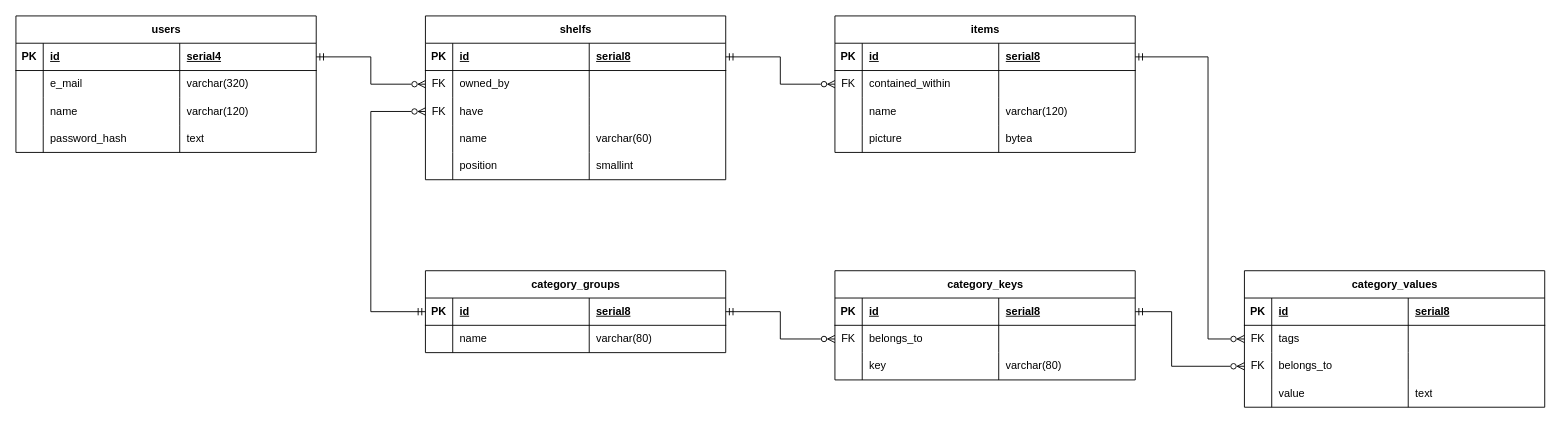
Above: docs/infra/TabularERD.drawio in Vulpes0Zerda/archive-wizard-backend (draw.io), before the change. Source tidied: cells renumbered, new cells numbered last; positions are measured from the earlier drawing's top-left corner, leaving out a move shared by most shapes. Both pictures are drawn from the tidied source at 91%, with x=0, y=0 at pixel (15, 15).
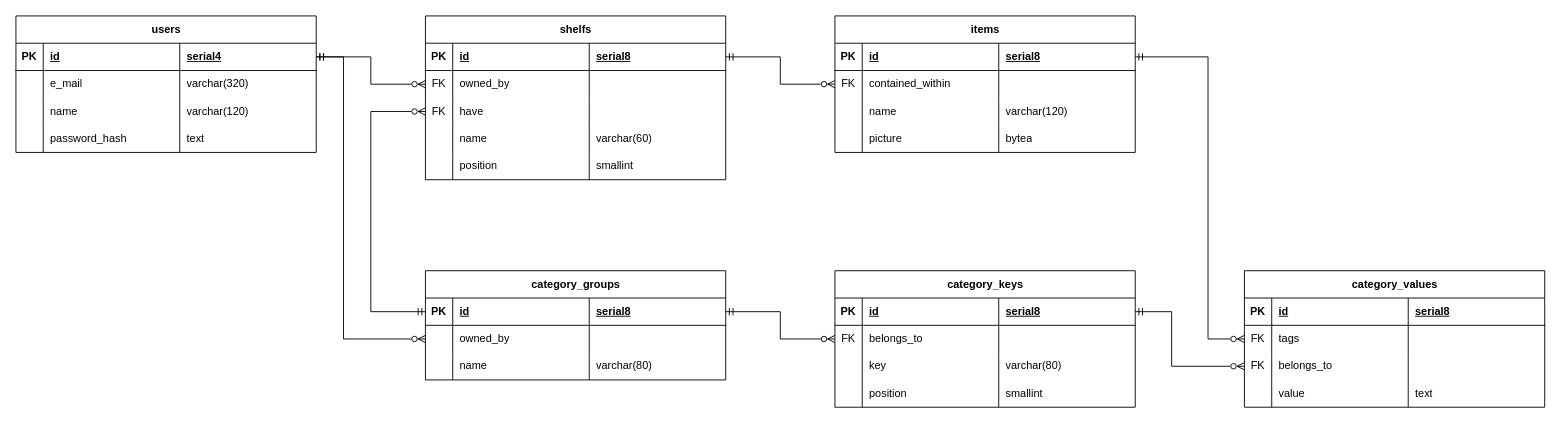
The same diagram, later.

Commit message (it also covers changes not shown here):
added relationship to ERD's between user and category groups so that a category group cannot be an orphan

Unchanged cells that the change refers to:
```xml
<mxCell id="3" style="shape=tableRow;horizontal=0;startSize=0;swimlaneHead=0;swimlaneBody=0;fillColor=none;points=[[0,0.5],[1,0.5]];portConstraint=eastwest;top=0;left=0;right=0;bottom=1;" parent="2" vertex="1">
  <mxGeometry y="30" width="330" height="30" as="geometry" />
</mxCell>
```

The edit, as a diff of the source:
```diff
@@
     <mxCell id="57" value="category_groups" style="shape=table;startSize=30;childLayout=tableLayout;rowLines=0;fontStyle=1;align=center;html=1;" parent="1" vertex="1">
-      <mxGeometry x="450" y="280" width="330" height="90" as="geometry" />
+      <mxGeometry x="450" y="280" width="330" height="120" as="geometry" />
     </mxCell>
@@
+    <mxCell id="102" style="shape=tableRow;horizontal=0;startSize=0;swimlaneHead=0;swimlaneBody=0;fillColor=none;points=[[0,0.5],[1,0.5]];portConstraint=eastwest;top=0;left=0;right=0;bottom=0;" parent="57" vertex="1">
+      <mxGeometry y="60" width="330" height="30" as="geometry" />
+    </mxCell>
+    <mxCell id="103" style="shape=partialRectangle;fillColor=none;top=0;left=0;bottom=0;right=0;overflow=hidden;whiteSpace=wrap;html=1;" parent="102" vertex="1">
+      <mxGeometry width="30" height="30" as="geometry" />
+    </mxCell>
+    <mxCell id="104" value="owned_by" style="shape=partialRectangle;fillColor=none;top=0;left=0;bottom=0;right=0;align=left;spacingLeft=6;overflow=hidden;whiteSpace=wrap;html=1;" parent="102" vertex="1">
+      <mxGeometry x="30" width="150" height="30" as="geometry" />
+    </mxCell>
+    <mxCell id="105" style="shape=partialRectangle;fillColor=none;top=0;left=0;bottom=0;right=0;align=left;spacingLeft=6;overflow=hidden;whiteSpace=wrap;html=1;" parent="102" vertex="1">
+      <mxGeometry x="180" width="150" height="30" as="geometry" />
+    </mxCell>
     <mxCell id="62" style="shape=tableRow;horizontal=0;startSize=0;swimlaneHead=0;swimlaneBody=0;fillColor=none;top=0;left=0;right=0;bottom=0;" parent="57" vertex="1">
-      <mxGeometry y="60" width="330" height="30" as="geometry" />
+      <mxGeometry y="90" width="330" height="30" as="geometry" />
     </mxCell>
@@
     <mxCell id="66" value="category_keys" style="shape=table;startSize=30;childLayout=tableLayout;rowLines=0;fontStyle=1;align=center;html=1;" parent="1" vertex="1">
-      <mxGeometry x="900" y="280" width="330" height="120" as="geometry" />
+      <mxGeometry x="900" y="280" width="330" height="150" as="geometry" />
     </mxCell>
@@
+    <mxCell id="106" style="shape=tableRow;horizontal=0;startSize=0;swimlaneHead=0;swimlaneBody=0;fillColor=none;top=0;left=0;right=0;bottom=0;" parent="66" vertex="1">
+      <mxGeometry y="120" width="330" height="30" as="geometry" />
+    </mxCell>
+    <mxCell id="107" style="shape=partialRectangle;fillColor=none;top=0;left=0;bottom=0;right=0;overflow=hidden;whiteSpace=wrap;html=1;" parent="106" vertex="1">
+      <mxGeometry width="30" height="30" as="geometry" />
+    </mxCell>
+    <mxCell id="108" value="position" style="shape=partialRectangle;fillColor=none;top=0;left=0;bottom=0;right=0;align=left;spacingLeft=6;overflow=hidden;whiteSpace=wrap;html=1;" parent="106" vertex="1">
+      <mxGeometry x="30" width="150" height="30" as="geometry" />
+    </mxCell>
+    <mxCell id="109" value="smallint" style="shape=partialRectangle;fillColor=none;top=0;left=0;bottom=0;right=0;align=left;spacingLeft=6;overflow=hidden;whiteSpace=wrap;html=1;" parent="106" vertex="1">
+      <mxGeometry x="180" width="150" height="30" as="geometry" />
+    </mxCell>
@@
+    <mxCell id="110" style="edgeStyle=orthogonalEdgeStyle;rounded=0;jettySize=auto;html=1;exitX=1;exitY=0.5;exitDx=0;exitDy=0;entryX=0;entryY=0.5;entryDx=0;entryDy=0;endArrow=ERzeroToMany;endFill=0;startArrow=ERmandOne;startFill=0;" parent="1" edge="1" source="3" target="102">
+      <mxGeometry relative="1" as="geometry">
+        <Array as="points">
+          <mxPoint x="360" y="45" />
+          <mxPoint x="360" y="355" />
+        </Array>
+      </mxGeometry>
+    </mxCell>
```
